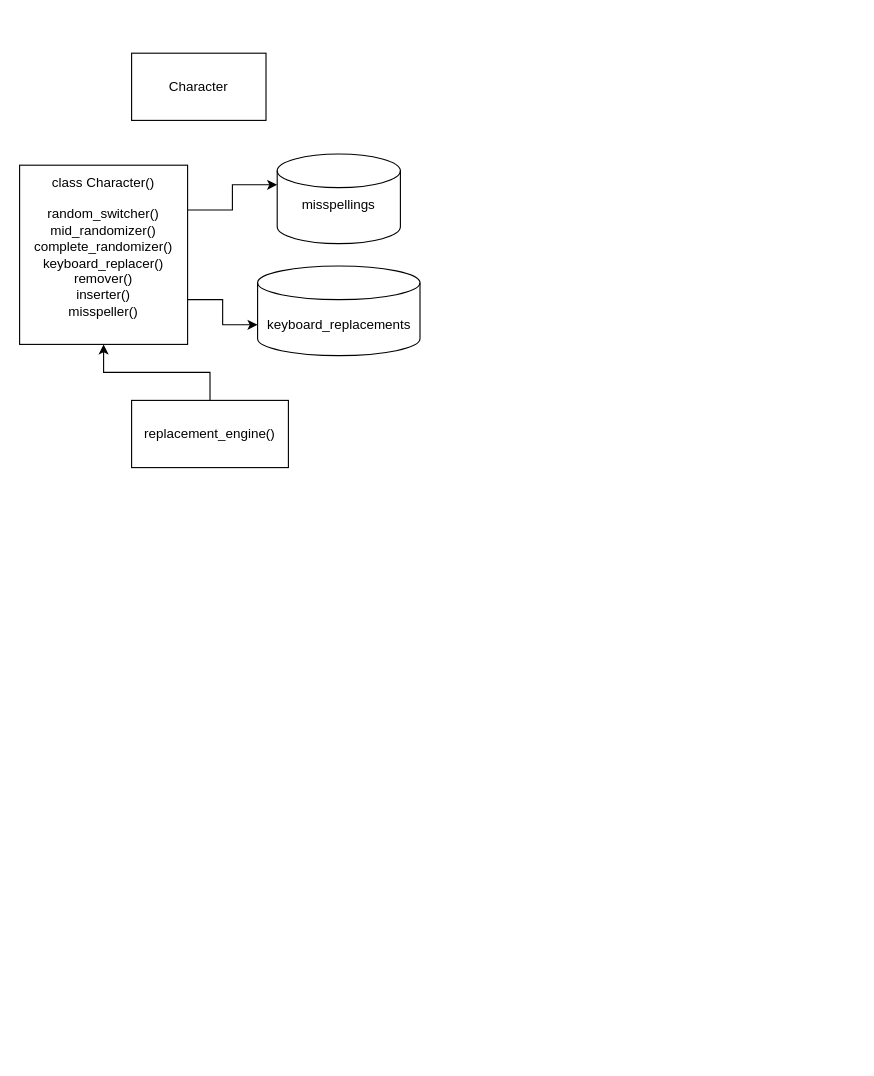
Above: Unbenanntes Diagramm.drawio in djaszak/NLPAug (draw.io), before the change. Source tidied: cells renumbered, new cells numbered last; positions are measured from the earlier drawing's top-left corner, leaving out a move shared by most shapes. Both pictures are drawn from the tidied source at 112%, with x=0, y=0 at pixel (19, 53).
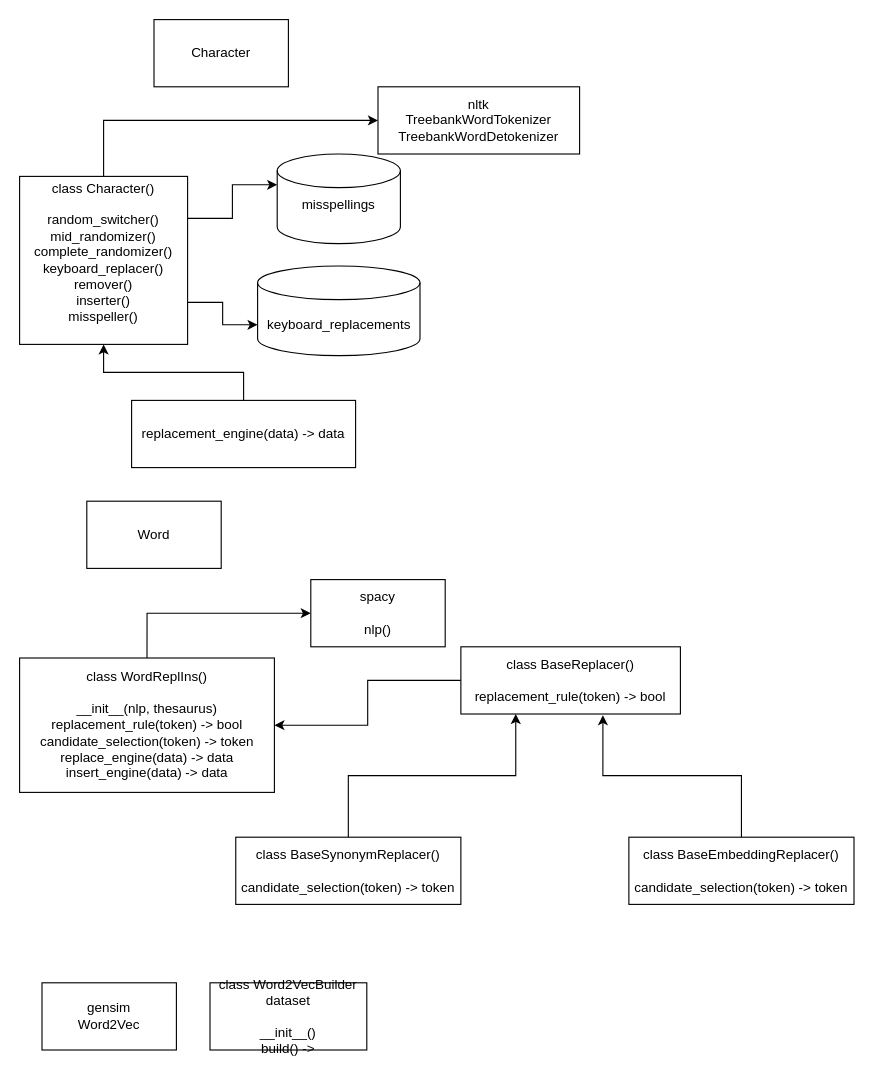
The same page after the edit.

The edit, as a diff of the source:
```diff
@@
+    <mxCell id="10" style="edgeStyle=orthogonalEdgeStyle;rounded=0;jettySize=auto;html=1;exitX=0.5;exitY=0;exitDx=0;exitDy=0;entryX=0;entryY=0.5;entryDx=0;entryDy=0;" parent="1" edge="1" source="4" target="21">
+      <mxGeometry relative="1" as="geometry" />
+    </mxCell>
     <mxCell id="4" value="&lt;div&gt;class Character()&lt;/div&gt;&lt;div&gt;&lt;br&gt;&lt;/div&gt;&lt;div&gt;random_switcher()&lt;/div&gt;&lt;div&gt;mid_randomizer()&lt;/div&gt;&lt;div&gt;complete_randomizer()&lt;/div&gt;&lt;div&gt;keyboard_replacer()&lt;/div&gt;&lt;div&gt;remover()&lt;/div&gt;&lt;div&gt;inserter()&lt;/div&gt;&lt;div&gt;misspeller()&lt;br&gt;&lt;/div&gt;&lt;div&gt;&lt;br&gt;&lt;/div&gt;" style="rounded=0;whiteSpace=wrap;html=1;" parent="1" vertex="1">
-      <mxGeometry y="100" width="150" height="160" as="geometry" />
+      <mxGeometry y="110" width="150" height="150" as="geometry" />
     </mxCell>
     <mxCell id="5" value="&lt;div&gt;Character&lt;/div&gt;" style="rounded=0;whiteSpace=wrap;html=1;" parent="1" vertex="1">
-      <mxGeometry x="100" width="120" height="60" as="geometry" />
+      <mxGeometry x="120" y="-30" width="120" height="60" as="geometry" />
     </mxCell>
@@
-    <mxCell id="9" value="replacement_engine()" style="rounded=0;whiteSpace=wrap;html=1;" parent="1" vertex="1">
-      <mxGeometry x="100" y="310" width="140" height="60" as="geometry" />
+    <mxCell id="9" value="replacement_engine(data) -&amp;gt; data" style="rounded=0;whiteSpace=wrap;html=1;" parent="1" vertex="1">
+      <mxGeometry x="100" y="310" width="200" height="60" as="geometry" />
     </mxCell>
+    <mxCell id="11" value="Word" style="rounded=0;whiteSpace=wrap;html=1;" parent="1" vertex="1">
+      <mxGeometry x="60" y="400" width="120" height="60" as="geometry" />
+    </mxCell>
+    <mxCell id="12" style="edgeStyle=orthogonalEdgeStyle;rounded=0;jettySize=auto;html=1;exitX=0.5;exitY=0;exitDx=0;exitDy=0;entryX=0;entryY=0.5;entryDx=0;entryDy=0;" parent="1" edge="1" source="13" target="20">
+      <mxGeometry relative="1" as="geometry" />
+    </mxCell>
+    <mxCell id="13" value="&lt;div&gt;class WordReplIns()&lt;/div&gt;&lt;div&gt;&lt;br&gt;&lt;/div&gt;&lt;div&gt;__init__(nlp, thesaurus)&lt;/div&gt;&lt;div&gt;replacement_rule(token) -&amp;gt; bool&lt;br&gt;&lt;/div&gt;&lt;div&gt;candidate_selection(token) -&amp;gt; token&lt;br&gt;&lt;/div&gt;&lt;div&gt;replace_engine(data) -&amp;gt; data&lt;/div&gt;&lt;div&gt;insert_engine(data) -&amp;gt; data&lt;br&gt;&lt;/div&gt;" style="rounded=0;whiteSpace=wrap;html=1;" parent="1" vertex="1">
+      <mxGeometry y="540" width="227.5" height="120" as="geometry" />
+    </mxCell>
+    <mxCell id="14" style="edgeStyle=orthogonalEdgeStyle;rounded=0;jettySize=auto;html=1;entryX=1;entryY=0.5;entryDx=0;entryDy=0;exitX=0;exitY=0.5;exitDx=0;exitDy=0;" parent="1" edge="1" source="15" target="13">
+      <mxGeometry relative="1" as="geometry" />
+    </mxCell>
+    <mxCell id="15" value="&lt;div&gt;class BaseReplacer()&lt;/div&gt;&lt;div&gt;&lt;br&gt;&lt;/div&gt;&lt;div&gt;replacement_rule(token) -&amp;gt; bool&lt;/div&gt;" style="rounded=0;whiteSpace=wrap;html=1;" parent="1" vertex="1">
+      <mxGeometry x="394" y="530" width="196" height="60" as="geometry" />
+    </mxCell>
+    <mxCell id="16" style="edgeStyle=orthogonalEdgeStyle;rounded=0;jettySize=auto;html=1;exitX=0.5;exitY=0;exitDx=0;exitDy=0;entryX=0.647;entryY=1.017;entryDx=0;entryDy=0;entryPerimeter=0;" parent="1" edge="1" source="17" target="15">
+      <mxGeometry relative="1" as="geometry" />
+    </mxCell>
+    <mxCell id="17" value="&lt;div&gt;class BaseEmbeddingReplacer()&lt;/div&gt;&lt;br&gt;candidate_selection(token) -&amp;gt; token" style="rounded=0;whiteSpace=wrap;html=1;" parent="1" vertex="1">
+      <mxGeometry x="544" y="700" width="201" height="60" as="geometry" />
+    </mxCell>
+    <mxCell id="18" style="edgeStyle=orthogonalEdgeStyle;rounded=0;jettySize=auto;html=1;exitX=0.5;exitY=0;exitDx=0;exitDy=0;entryX=0.25;entryY=1;entryDx=0;entryDy=0;" parent="1" edge="1" source="19" target="15">
+      <mxGeometry relative="1" as="geometry" />
+    </mxCell>
+    <mxCell id="19" value="&lt;div&gt;class BaseSynonymReplacer()&lt;/div&gt;&lt;div&gt;&lt;br&gt;candidate_selection(token) -&amp;gt; token&lt;/div&gt;" style="rounded=0;whiteSpace=wrap;html=1;" parent="1" vertex="1">
+      <mxGeometry x="193" y="700" width="201" height="60" as="geometry" />
+    </mxCell>
+    <mxCell id="20" value="&lt;div&gt;spacy&lt;/div&gt;&lt;div&gt;&lt;br&gt;&lt;/div&gt;nlp()" style="rounded=0;whiteSpace=wrap;html=1;" parent="1" vertex="1">
+      <mxGeometry x="260" y="470" width="120" height="60" as="geometry" />
+    </mxCell>
+    <mxCell id="21" value="&lt;div&gt;nltk&lt;/div&gt;&lt;div&gt;&lt;span class=&quot;pl-v&quot;&gt;&lt;span data-hydro-click=&quot;{&amp;quot;event_type&amp;quot;:&amp;quot;code_navigation.click_on_symbol&amp;quot;,&amp;quot;payload&amp;quot;:{&amp;quot;action&amp;quot;:&amp;quot;click_on_symbol&amp;quot;,&amp;quot;repository_id&amp;quot;:491013262,&amp;quot;ref&amp;quot;:&amp;quot;7280937071d9066ba8d3babd54b2d114ab2e4704&amp;quot;,&amp;quot;language&amp;quot;:&amp;quot;Python&amp;quot;,&amp;quot;backend&amp;quot;:&amp;quot;ALEPH_PRECISE&amp;quot;,&amp;quot;code_nav_context&amp;quot;:&amp;quot;BLOB_VIEW&amp;quot;,&amp;quot;retry_backend&amp;quot;:&amp;quot;&amp;quot;,&amp;quot;cross_repo_results_included&amp;quot;:&amp;quot;CROSS_REPO_NOT_ENABLED&amp;quot;,&amp;quot;in_repo_result_count&amp;quot;:1,&amp;quot;cross_repo_result_count&amp;quot;:0,&amp;quot;originating_url&amp;quot;:&amp;quot;https://github.com/djaszak/nlp_aug/find-definition?q=TreebankWordTokenizer&amp;amp;blob_path=nlp_aug%2Futilities%2Faugment_utils.py&amp;amp;ref=7280937071d9066ba8d3babd54b2d114ab2e4704&amp;amp;language=Python&amp;amp;row=2&amp;amp;col=26&amp;amp;code_nav_context=BLOB_VIEW&amp;quot;,&amp;quot;user_id&amp;quot;:23051584}}&quot; class=&quot;pl-token active&quot;&gt;TreebankWordTokenizer&lt;/span&gt;&lt;/span&gt;&lt;/div&gt;&lt;span class=&quot;pl-v&quot;&gt;&lt;span data-hydro-click=&quot;{&amp;quot;event_type&amp;quot;:&amp;quot;code_navigation.click_on_symbol&amp;quot;,&amp;quot;payload&amp;quot;:{&amp;quot;action&amp;quot;:&amp;quot;click_on_symbol&amp;quot;,&amp;quot;repository_id&amp;quot;:491013262,&amp;quot;ref&amp;quot;:&amp;quot;7280937071d9066ba8d3babd54b2d114ab2e4704&amp;quot;,&amp;quot;language&amp;quot;:&amp;quot;Python&amp;quot;,&amp;quot;backend&amp;quot;:&amp;quot;ALEPH_PRECISE&amp;quot;,&amp;quot;code_nav_context&amp;quot;:&amp;quot;BLOB_VIEW&amp;quot;,&amp;quot;retry_backend&amp;quot;:&amp;quot;&amp;quot;,&amp;quot;cross_repo_results_included&amp;quot;:&amp;quot;CROSS_REPO_NOT_ENABLED&amp;quot;,&amp;quot;in_repo_result_count&amp;quot;:1,&amp;quot;cross_repo_result_count&amp;quot;:0,&amp;quot;originating_url&amp;quot;:&amp;quot;https://github.com/djaszak/nlp_aug/find-definition?q=TreebankWordTokenizer&amp;amp;blob_path=nlp_aug%2Futilities%2Faugment_utils.py&amp;amp;ref=7280937071d9066ba8d3babd54b2d114ab2e4704&amp;amp;language=Python&amp;amp;row=2&amp;amp;col=26&amp;amp;code_nav_context=BLOB_VIEW&amp;quot;,&amp;quot;user_id&amp;quot;:23051584}}&quot; class=&quot;pl-token active&quot;&gt;TreebankWordDetokenizer&lt;/span&gt;&lt;/span&gt;" style="whiteSpace=wrap;html=1;" parent="1" vertex="1">
+      <mxGeometry x="320" y="30" width="180" height="60" as="geometry" />
+    </mxCell>
+    <mxCell id="22" value="&lt;div&gt;gensim&lt;/div&gt;&lt;div&gt;Word2Vec&lt;br&gt;&lt;/div&gt;" style="rounded=0;whiteSpace=wrap;html=1;" parent="1" vertex="1">
+      <mxGeometry x="20" y="830" width="120" height="60" as="geometry" />
+    </mxCell>
+    <mxCell id="23" value="&lt;div&gt;class Word2VecBuilder&lt;/div&gt;&lt;div&gt;dataset&lt;/div&gt;&lt;div&gt;&lt;br&gt;&lt;/div&gt;&lt;div&gt;__init__()&lt;/div&gt;&lt;div&gt;build() -&amp;gt; &lt;br&gt;&lt;/div&gt;" style="whiteSpace=wrap;html=1;" parent="1" vertex="1">
+      <mxGeometry x="170" y="830" width="140" height="60" as="geometry" />
+    </mxCell>
```
